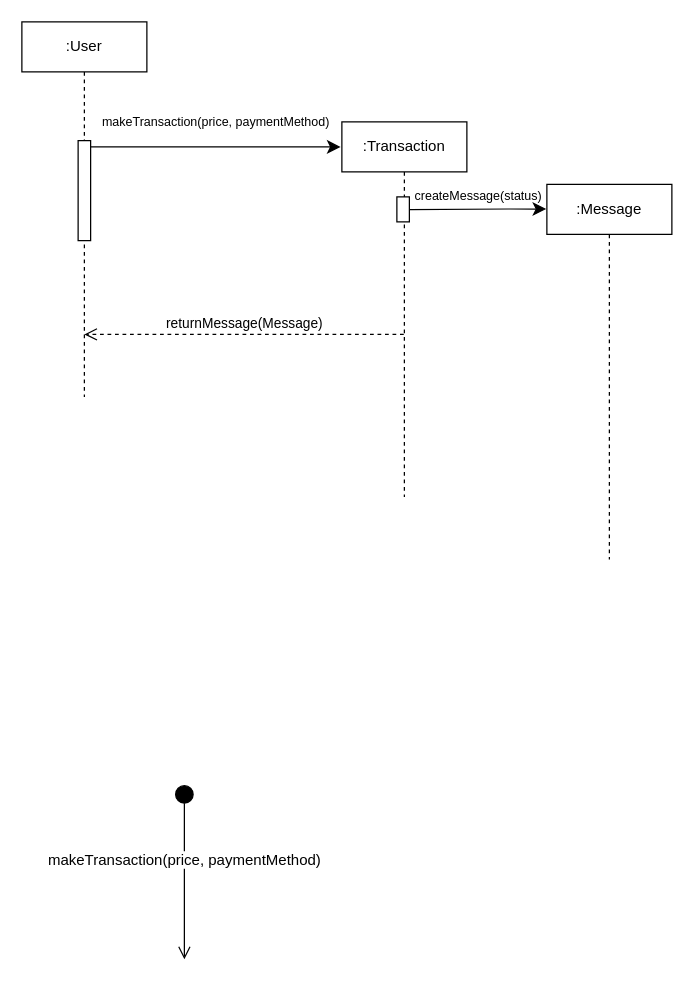
Above: page "Page-2" (2 of 2) of Workshop4.drawio in antonykimuom/SWEN30006-2025-SM1-workshop1-tuew05-14-00-team-12 (draw.io), before the change. Source tidied: cells renumbered, new cells numbered last; positions are measured from the earlier drawing's top-left corner, leaving out a move shared by most shapes. Both pictures are drawn from the tidied source at 125%, with x=0, y=0 at pixel (21, 21).
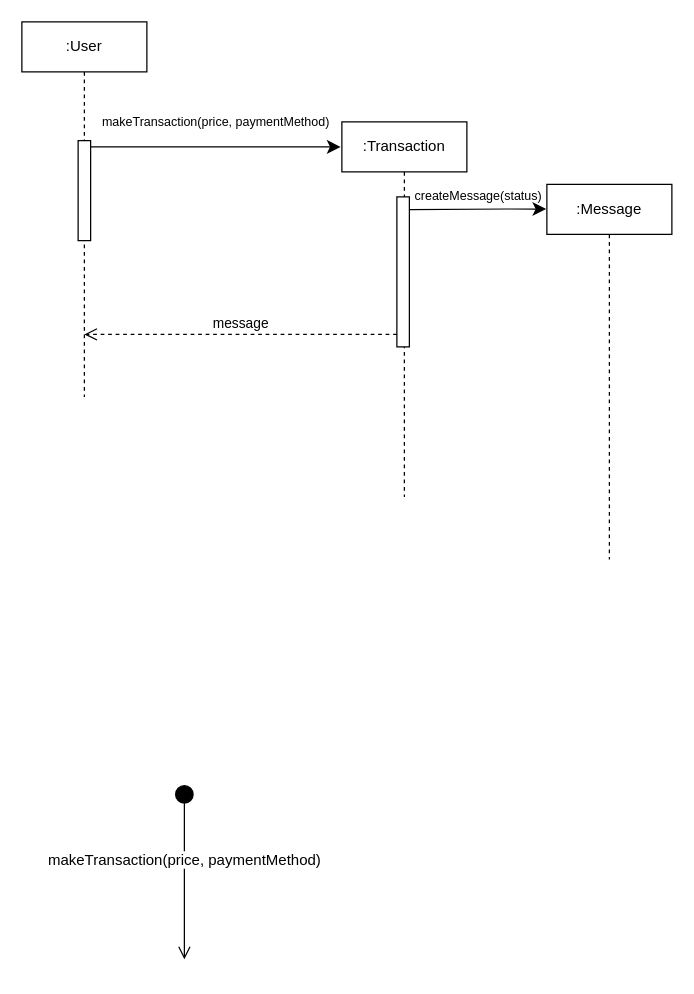
The same page after the edit.

Commit message:
fixed return label

Diff of the diagram source:
```diff
@@
 <mxGraphModel>
   <root>
     <mxCell id="0" />
     <mxCell id="1" parent="0" />
     <mxCell id="2" style="edgeStyle=none;curved=0;rounded=0;jettySize=auto;html=1;fontSize=12;startSize=8;endSize=8;" parent="1" edge="1" source="3">
       <mxGeometry relative="1" as="geometry">
         <mxPoint x="255" y="100" as="targetPoint" />
         <Array as="points">
           <mxPoint x="210" y="100" />
         </Array>
       </mxGeometry>
     </mxCell>
     <mxCell id="3" value=":User" style="shape=umlLifeline;perimeter=lifelinePerimeter;whiteSpace=wrap;html=1;outlineConnect=0;portConstraint=eastwest;newEdgeStyle={&quot;curved&quot;:0,&quot;rounded&quot;:0};" parent="1" vertex="1">
       <mxGeometry width="100" height="300" as="geometry" />
     </mxCell>
     <mxCell id="4" style="html=1;perimeter=orthogonalPerimeter;targetShapes=umlLifeline;newEdgeStyle={&quot;curved&quot;:0,&quot;rounded&quot;:0};" parent="3" vertex="1">
       <mxGeometry x="45" y="95" width="10" height="80" as="geometry" />
     </mxCell>
     <mxCell id="5" value=":Message" style="shape=umlLifeline;perimeter=lifelinePerimeter;whiteSpace=wrap;html=1;newEdgeStyle={&quot;curved&quot;:0,&quot;rounded&quot;:0};" parent="1" vertex="1">
       <mxGeometry x="420" y="130" width="100" height="300" as="geometry" />
     </mxCell>
     <mxCell id="6" value=":Transaction" style="shape=umlLifeline;perimeter=lifelinePerimeter;whiteSpace=wrap;html=1;outlineConnect=0;portConstraint=eastwest;newEdgeStyle={&quot;curved&quot;:0,&quot;rounded&quot;:0};" parent="1" vertex="1">
       <mxGeometry x="256" y="80" width="100" height="300" as="geometry" />
     </mxCell>
     <mxCell id="7" style="html=1;perimeter=orthogonalPerimeter;targetShapes=umlLifeline;newEdgeStyle={&quot;curved&quot;:0,&quot;rounded&quot;:0};" parent="6" vertex="1">
-      <mxGeometry x="44" y="60" width="10" height="20" as="geometry" />
+      <mxGeometry x="44" y="60" width="10" height="120" as="geometry" />
     </mxCell>
     <mxCell id="8" value="makeTransaction(price, paymentMethod)" style="text;html=1;align=center;verticalAlign=middle;strokeColor=none;fillColor=none;fontSize=10;" parent="1" vertex="1">
       <mxGeometry x="50" y="65" width="210" height="30" as="geometry" />
     </mxCell>
     <mxCell id="9" style="edgeStyle=none;curved=0;rounded=0;orthogonalLoop=1;jettySize=auto;html=1;fontSize=12;startSize=8;endSize=8;" parent="1" edge="1">
       <mxGeometry relative="1" as="geometry">
         <mxPoint x="310" y="150.2" as="sourcePoint" />
         <mxPoint x="419.5" y="149.7" as="targetPoint" />
         <Array as="points">
           <mxPoint x="390" y="149.7" />
         </Array>
       </mxGeometry>
     </mxCell>
-    <mxCell id="10" value="returnMessage(Message)" style="html=1;verticalAlign=bottom;endArrow=open;dashed=1;endSize=8;curved=0;rounded=0;" parent="1" edge="1" source="6">
+    <mxCell id="10" value="message" style="html=1;verticalAlign=bottom;endArrow=open;dashed=1;endSize=8;curved=0;rounded=0;" parent="1" edge="1">
       <mxGeometry relative="1" as="geometry">
+        <mxPoint x="300" y="250" as="sourcePoint" />
         <mxPoint x="50" y="250" as="targetPoint" />
       </mxGeometry>
     </mxCell>
     <mxCell id="11" value="createMessage(status)" style="text;html=1;align=center;verticalAlign=middle;strokeColor=none;fillColor=none;fontSize=10;" parent="1" vertex="1">
       <mxGeometry x="300" y="124" width="130" height="30" as="geometry" />
     </mxCell>
     <mxCell id="12" value="makeTransaction(price, paymentMethod)" style="html=1;verticalAlign=bottom;startArrow=circle;startFill=1;endArrow=open;startSize=6;endSize=8;curved=0;rounded=0;fontSize=12;" parent="1" edge="1">
       <mxGeometry relative="1" as="geometry">
         <mxPoint x="130" y="610" as="sourcePoint" />
         <mxPoint x="130" y="750" as="targetPoint" />
       </mxGeometry>
     </mxCell>
   </root>
 </mxGraphModel>
```
